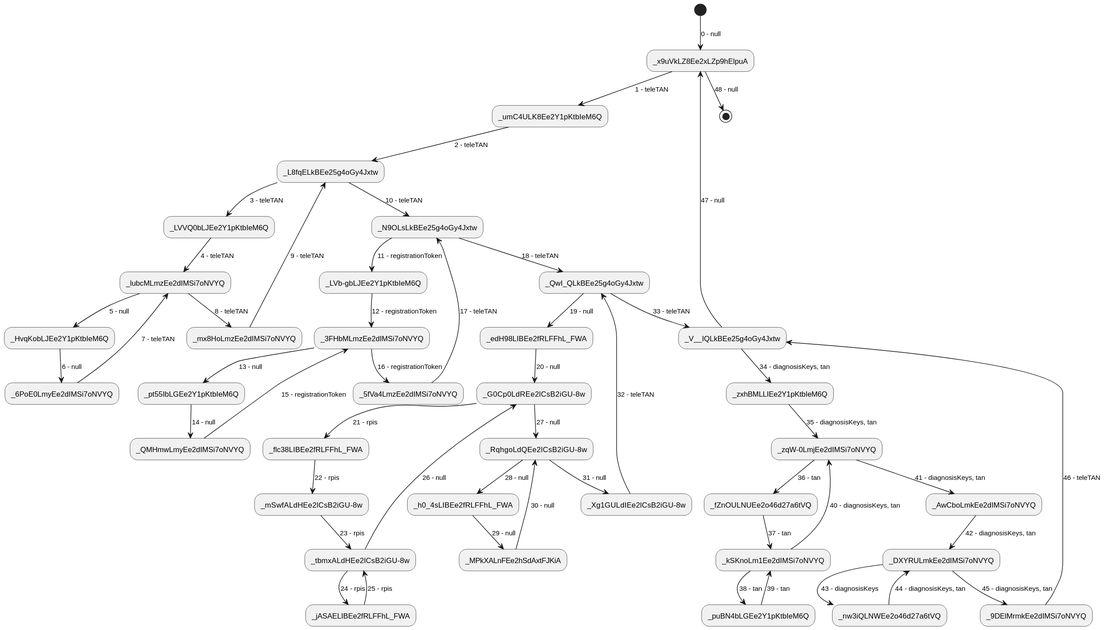
Before: output/action-sequence_8.svg, a diagram exported from PlantUML (abunai-dev/DiagramGenerator). The source it was exported from:
```plantuml
@startuml
(*) --> [0 - null] "_x9uVkLZ8Ee2xLZp9hElpuA"
"_x9uVkLZ8Ee2xLZp9hElpuA" --> [1 - teleTAN] "_umC4ULK8Ee2Y1pKtbIeM6Q"
"_umC4ULK8Ee2Y1pKtbIeM6Q" --> [2 - teleTAN] "_L8fqELkBEe25g4oGy4Jxtw"
"_L8fqELkBEe25g4oGy4Jxtw" --> [3 - teleTAN] "_LVVQ0bLJEe2Y1pKtbIeM6Q"
"_LVVQ0bLJEe2Y1pKtbIeM6Q" --> [4 - teleTAN] "_lubcMLmzEe2dIMSi7oNVYQ"
"_lubcMLmzEe2dIMSi7oNVYQ" --> [5 - null] "_HvqKobLJEe2Y1pKtbIeM6Q"
"_HvqKobLJEe2Y1pKtbIeM6Q" --> [6 - null] "_6PoE0LmyEe2dIMSi7oNVYQ"
"_6PoE0LmyEe2dIMSi7oNVYQ" --> [7 - teleTAN] "_lubcMLmzEe2dIMSi7oNVYQ"
"_lubcMLmzEe2dIMSi7oNVYQ" --> [8 - teleTAN] "_mx8HoLmzEe2dIMSi7oNVYQ"
"_mx8HoLmzEe2dIMSi7oNVYQ" --> [9 - teleTAN] "_L8fqELkBEe25g4oGy4Jxtw"
"_L8fqELkBEe25g4oGy4Jxtw" --> [10 - teleTAN] "_N9OLsLkBEe25g4oGy4Jxtw"
"_N9OLsLkBEe25g4oGy4Jxtw" --> [11 - registrationToken] "_LVb-gbLJEe2Y1pKtbIeM6Q"
"_LVb-gbLJEe2Y1pKtbIeM6Q" --> [12 - registrationToken] "_3FHbMLmzEe2dIMSi7oNVYQ"
"_3FHbMLmzEe2dIMSi7oNVYQ" --> [13 - null] "_pt55IbLGEe2Y1pKtbIeM6Q"
"_pt55IbLGEe2Y1pKtbIeM6Q" --> [14 - null] "_QMHmwLmyEe2dIMSi7oNVYQ"
"_QMHmwLmyEe2dIMSi7oNVYQ" --> [15 - registrationToken] "_3FHbMLmzEe2dIMSi7oNVYQ"
"_3FHbMLmzEe2dIMSi7oNVYQ" --> [16 - registrationToken] "_5fVa4LmzEe2dIMSi7oNVYQ"
"_5fVa4LmzEe2dIMSi7oNVYQ" --> [17 - teleTAN] "_N9OLsLkBEe25g4oGy4Jxtw"
"_N9OLsLkBEe25g4oGy4Jxtw" --> [18 - teleTAN] "_QwI_QLkBEe25g4oGy4Jxtw"
"_QwI_QLkBEe25g4oGy4Jxtw" --> [19 - null] "_edH98LIBEe2fRLFFhL_FWA"
"_edH98LIBEe2fRLFFhL_FWA" --> [20 - null] "_G0Cp0LdREe2lCsB2iGU-8w"
"_G0Cp0LdREe2lCsB2iGU-8w" --> [21 - rpis] "_flc38LIBEe2fRLFFhL_FWA"
"_flc38LIBEe2fRLFFhL_FWA" --> [22 - rpis] "_mSwfALdHEe2lCsB2iGU-8w"
"_mSwfALdHEe2lCsB2iGU-8w" --> [23 - rpis] "_tbmxALdHEe2lCsB2iGU-8w"
"_tbmxALdHEe2lCsB2iGU-8w" --> [24 - rpis] "_jASAELIBEe2fRLFFhL_FWA"
"_jASAELIBEe2fRLFFhL_FWA" --> [25 - rpis] "_tbmxALdHEe2lCsB2iGU-8w"
"_tbmxALdHEe2lCsB2iGU-8w" --> [26 - null] "_G0Cp0LdREe2lCsB2iGU-8w"
"_G0Cp0LdREe2lCsB2iGU-8w" --> [27 - null] "_RqhgoLdQEe2lCsB2iGU-8w"
"_RqhgoLdQEe2lCsB2iGU-8w" --> [28 - null] "_h0_4sLIBEe2fRLFFhL_FWA"
"_h0_4sLIBEe2fRLFFhL_FWA" --> [29 - null] "_MPkXALnFEe2hSdAxtFJKiA"
"_MPkXALnFEe2hSdAxtFJKiA" --> [30 - null] "_RqhgoLdQEe2lCsB2iGU-8w"
"_RqhgoLdQEe2lCsB2iGU-8w" --> [31 - null] "_Xg1GULdIEe2lCsB2iGU-8w"
"_Xg1GULdIEe2lCsB2iGU-8w" --> [32 - teleTAN] "_QwI_QLkBEe25g4oGy4Jxtw"
"_QwI_QLkBEe25g4oGy4Jxtw" --> [33 - teleTAN] "_V__IQLkBEe25g4oGy4Jxtw"
"_V__IQLkBEe25g4oGy4Jxtw" --> [34 - diagnosisKeys, tan] "_zxhBMLLIEe2Y1pKtbIeM6Q"
"_zxhBMLLIEe2Y1pKtbIeM6Q" --> [35 - diagnosisKeys, tan] "_zqW-0LmjEe2dIMSi7oNVYQ"
"_zqW-0LmjEe2dIMSi7oNVYQ" --> [36 - tan] "_fZnOULNUEe2o46d27a6tVQ"
"_fZnOULNUEe2o46d27a6tVQ" --> [37 - tan] "_kSKnoLm1Ee2dIMSi7oNVYQ"
"_kSKnoLm1Ee2dIMSi7oNVYQ" --> [38 - tan] "_puBN4bLGEe2Y1pKtbIeM6Q"
"_puBN4bLGEe2Y1pKtbIeM6Q" --> [39 - tan] "_kSKnoLm1Ee2dIMSi7oNVYQ"
"_kSKnoLm1Ee2dIMSi7oNVYQ" --> [40 - diagnosisKeys, tan] "_zqW-0LmjEe2dIMSi7oNVYQ"
"_zqW-0LmjEe2dIMSi7oNVYQ" --> [41 - diagnosisKeys, tan] "_AwCboLmkEe2dIMSi7oNVYQ"
"_AwCboLmkEe2dIMSi7oNVYQ" --> [42 - diagnosisKeys, tan] "_DXYRULmkEe2dIMSi7oNVYQ"
"_DXYRULmkEe2dIMSi7oNVYQ" --> [43 - diagnosisKeys] "_nw3iQLNWEe2o46d27a6tVQ"
"_nw3iQLNWEe2o46d27a6tVQ" --> [44 - diagnosisKeys, tan] "_DXYRULmkEe2dIMSi7oNVYQ"
"_DXYRULmkEe2dIMSi7oNVYQ" --> [45 - diagnosisKeys, tan] "_9DElMrmkEe2dIMSi7oNVYQ"
"_9DElMrmkEe2dIMSi7oNVYQ" --> [46 - teleTAN] "_V__IQLkBEe25g4oGy4Jxtw"
"_V__IQLkBEe25g4oGy4Jxtw" --> [47 - null] "_x9uVkLZ8Ee2xLZp9hElpuA"
"_x9uVkLZ8Ee2xLZp9hElpuA" --> [48 - null] (*)
@enduml
```
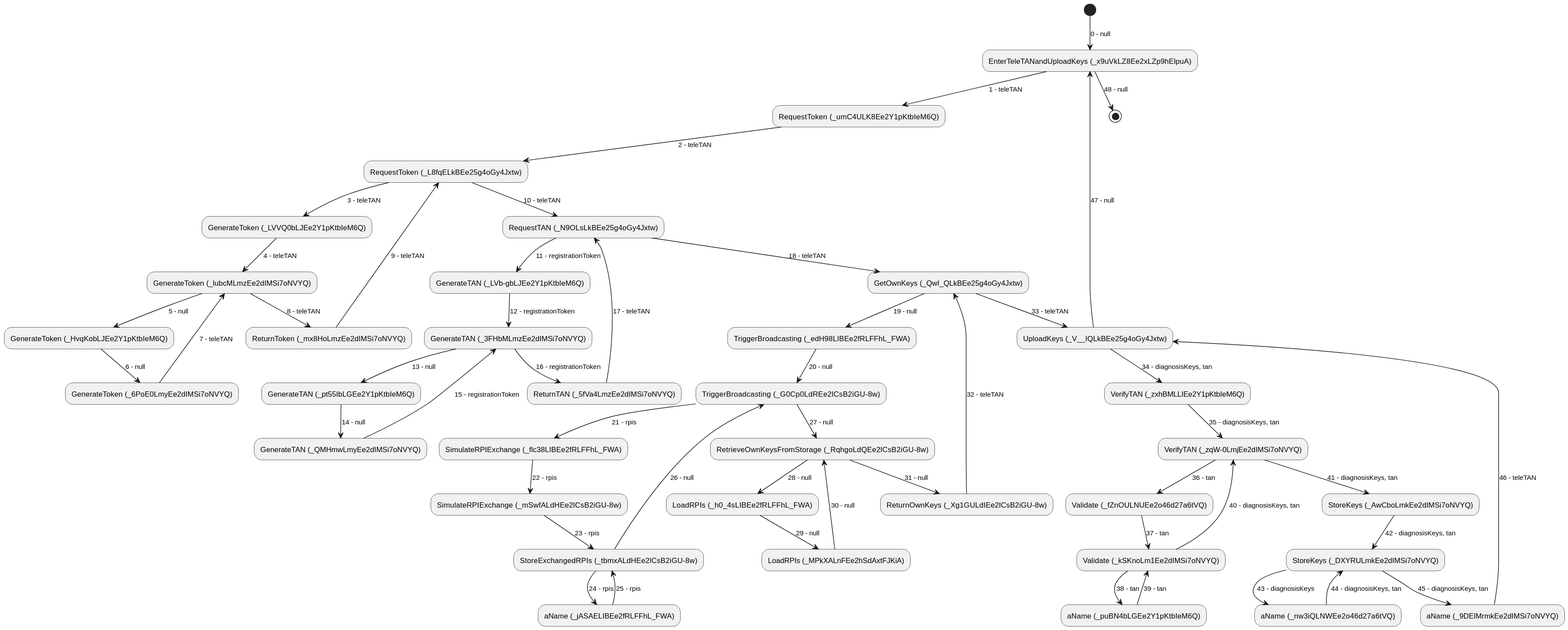
The same diagram one commit later.

Change to the diagram source:
```diff
@@ -1,51 +1,51 @@
 @startuml
-(*) --> [0 - null] "_x9uVkLZ8Ee2xLZp9hElpuA"
-"_x9uVkLZ8Ee2xLZp9hElpuA" --> [1 - teleTAN] "_umC4ULK8Ee2Y1pKtbIeM6Q"
-"_umC4ULK8Ee2Y1pKtbIeM6Q" --> [2 - teleTAN] "_L8fqELkBEe25g4oGy4Jxtw"
-"_L8fqELkBEe25g4oGy4Jxtw" --> [3 - teleTAN] "_LVVQ0bLJEe2Y1pKtbIeM6Q"
-"_LVVQ0bLJEe2Y1pKtbIeM6Q" --> [4 - teleTAN] "_lubcMLmzEe2dIMSi7oNVYQ"
-"_lubcMLmzEe2dIMSi7oNVYQ" --> [5 - null] "_HvqKobLJEe2Y1pKtbIeM6Q"
-"_HvqKobLJEe2Y1pKtbIeM6Q" --> [6 - null] "_6PoE0LmyEe2dIMSi7oNVYQ"
-"_6PoE0LmyEe2dIMSi7oNVYQ" --> [7 - teleTAN] "_lubcMLmzEe2dIMSi7oNVYQ"
-"_lubcMLmzEe2dIMSi7oNVYQ" --> [8 - teleTAN] "_mx8HoLmzEe2dIMSi7oNVYQ"
-"_mx8HoLmzEe2dIMSi7oNVYQ" --> [9 - teleTAN] "_L8fqELkBEe25g4oGy4Jxtw"
-"_L8fqELkBEe25g4oGy4Jxtw" --> [10 - teleTAN] "_N9OLsLkBEe25g4oGy4Jxtw"
-"_N9OLsLkBEe25g4oGy4Jxtw" --> [11 - registrationToken] "_LVb-gbLJEe2Y1pKtbIeM6Q"
-"_LVb-gbLJEe2Y1pKtbIeM6Q" --> [12 - registrationToken] "_3FHbMLmzEe2dIMSi7oNVYQ"
-"_3FHbMLmzEe2dIMSi7oNVYQ" --> [13 - null] "_pt55IbLGEe2Y1pKtbIeM6Q"
-"_pt55IbLGEe2Y1pKtbIeM6Q" --> [14 - null] "_QMHmwLmyEe2dIMSi7oNVYQ"
-"_QMHmwLmyEe2dIMSi7oNVYQ" --> [15 - registrationToken] "_3FHbMLmzEe2dIMSi7oNVYQ"
-"_3FHbMLmzEe2dIMSi7oNVYQ" --> [16 - registrationToken] "_5fVa4LmzEe2dIMSi7oNVYQ"
-"_5fVa4LmzEe2dIMSi7oNVYQ" --> [17 - teleTAN] "_N9OLsLkBEe25g4oGy4Jxtw"
-"_N9OLsLkBEe25g4oGy4Jxtw" --> [18 - teleTAN] "_QwI_QLkBEe25g4oGy4Jxtw"
-"_QwI_QLkBEe25g4oGy4Jxtw" --> [19 - null] "_edH98LIBEe2fRLFFhL_FWA"
-"_edH98LIBEe2fRLFFhL_FWA" --> [20 - null] "_G0Cp0LdREe2lCsB2iGU-8w"
-"_G0Cp0LdREe2lCsB2iGU-8w" --> [21 - rpis] "_flc38LIBEe2fRLFFhL_FWA"
-"_flc38LIBEe2fRLFFhL_FWA" --> [22 - rpis] "_mSwfALdHEe2lCsB2iGU-8w"
-"_mSwfALdHEe2lCsB2iGU-8w" --> [23 - rpis] "_tbmxALdHEe2lCsB2iGU-8w"
-"_tbmxALdHEe2lCsB2iGU-8w" --> [24 - rpis] "_jASAELIBEe2fRLFFhL_FWA"
-"_jASAELIBEe2fRLFFhL_FWA" --> [25 - rpis] "_tbmxALdHEe2lCsB2iGU-8w"
-"_tbmxALdHEe2lCsB2iGU-8w" --> [26 - null] "_G0Cp0LdREe2lCsB2iGU-8w"
-"_G0Cp0LdREe2lCsB2iGU-8w" --> [27 - null] "_RqhgoLdQEe2lCsB2iGU-8w"
-"_RqhgoLdQEe2lCsB2iGU-8w" --> [28 - null] "_h0_4sLIBEe2fRLFFhL_FWA"
-"_h0_4sLIBEe2fRLFFhL_FWA" --> [29 - null] "_MPkXALnFEe2hSdAxtFJKiA"
-"_MPkXALnFEe2hSdAxtFJKiA" --> [30 - null] "_RqhgoLdQEe2lCsB2iGU-8w"
-"_RqhgoLdQEe2lCsB2iGU-8w" --> [31 - null] "_Xg1GULdIEe2lCsB2iGU-8w"
-"_Xg1GULdIEe2lCsB2iGU-8w" --> [32 - teleTAN] "_QwI_QLkBEe25g4oGy4Jxtw"
-"_QwI_QLkBEe25g4oGy4Jxtw" --> [33 - teleTAN] "_V__IQLkBEe25g4oGy4Jxtw"
-"_V__IQLkBEe25g4oGy4Jxtw" --> [34 - diagnosisKeys, tan] "_zxhBMLLIEe2Y1pKtbIeM6Q"
-"_zxhBMLLIEe2Y1pKtbIeM6Q" --> [35 - diagnosisKeys, tan] "_zqW-0LmjEe2dIMSi7oNVYQ"
-"_zqW-0LmjEe2dIMSi7oNVYQ" --> [36 - tan] "_fZnOULNUEe2o46d27a6tVQ"
-"_fZnOULNUEe2o46d27a6tVQ" --> [37 - tan] "_kSKnoLm1Ee2dIMSi7oNVYQ"
-"_kSKnoLm1Ee2dIMSi7oNVYQ" --> [38 - tan] "_puBN4bLGEe2Y1pKtbIeM6Q"
-"_puBN4bLGEe2Y1pKtbIeM6Q" --> [39 - tan] "_kSKnoLm1Ee2dIMSi7oNVYQ"
-"_kSKnoLm1Ee2dIMSi7oNVYQ" --> [40 - diagnosisKeys, tan] "_zqW-0LmjEe2dIMSi7oNVYQ"
-"_zqW-0LmjEe2dIMSi7oNVYQ" --> [41 - diagnosisKeys, tan] "_AwCboLmkEe2dIMSi7oNVYQ"
-"_AwCboLmkEe2dIMSi7oNVYQ" --> [42 - diagnosisKeys, tan] "_DXYRULmkEe2dIMSi7oNVYQ"
-"_DXYRULmkEe2dIMSi7oNVYQ" --> [43 - diagnosisKeys] "_nw3iQLNWEe2o46d27a6tVQ"
-"_nw3iQLNWEe2o46d27a6tVQ" --> [44 - diagnosisKeys, tan] "_DXYRULmkEe2dIMSi7oNVYQ"
-"_DXYRULmkEe2dIMSi7oNVYQ" --> [45 - diagnosisKeys, tan] "_9DElMrmkEe2dIMSi7oNVYQ"
-"_9DElMrmkEe2dIMSi7oNVYQ" --> [46 - teleTAN] "_V__IQLkBEe25g4oGy4Jxtw"
-"_V__IQLkBEe25g4oGy4Jxtw" --> [47 - null] "_x9uVkLZ8Ee2xLZp9hElpuA"
-"_x9uVkLZ8Ee2xLZp9hElpuA" --> [48 - null] (*)
+(*) --> [0 - null] "EnterTeleTANandUploadKeys (_x9uVkLZ8Ee2xLZp9hElpuA)"
+"EnterTeleTANandUploadKeys (_x9uVkLZ8Ee2xLZp9hElpuA)" --> [1 - teleTAN] "RequestToken (_umC4ULK8Ee2Y1pKtbIeM6Q)"
+"RequestToken (_umC4ULK8Ee2Y1pKtbIeM6Q)" --> [2 - teleTAN] "RequestToken (_L8fqELkBEe25g4oGy4Jxtw)"
+"RequestToken (_L8fqELkBEe25g4oGy4Jxtw)" --> [3 - teleTAN] "GenerateToken (_LVVQ0bLJEe2Y1pKtbIeM6Q)"
+"GenerateToken (_LVVQ0bLJEe2Y1pKtbIeM6Q)" --> [4 - teleTAN] "GenerateToken (_lubcMLmzEe2dIMSi7oNVYQ)"
+"GenerateToken (_lubcMLmzEe2dIMSi7oNVYQ)" --> [5 - null] "GenerateToken (_HvqKobLJEe2Y1pKtbIeM6Q)"
+"GenerateToken (_HvqKobLJEe2Y1pKtbIeM6Q)" --> [6 - null] "GenerateToken (_6PoE0LmyEe2dIMSi7oNVYQ)"
+"GenerateToken (_6PoE0LmyEe2dIMSi7oNVYQ)" --> [7 - teleTAN] "GenerateToken (_lubcMLmzEe2dIMSi7oNVYQ)"
+"GenerateToken (_lubcMLmzEe2dIMSi7oNVYQ)" --> [8 - teleTAN] "ReturnToken (_mx8HoLmzEe2dIMSi7oNVYQ)"
+"ReturnToken (_mx8HoLmzEe2dIMSi7oNVYQ)" --> [9 - teleTAN] "RequestToken (_L8fqELkBEe25g4oGy4Jxtw)"
+"RequestToken (_L8fqELkBEe25g4oGy4Jxtw)" --> [10 - teleTAN] "RequestTAN (_N9OLsLkBEe25g4oGy4Jxtw)"
+"RequestTAN (_N9OLsLkBEe25g4oGy4Jxtw)" --> [11 - registrationToken] "GenerateTAN (_LVb-gbLJEe2Y1pKtbIeM6Q)"
+"GenerateTAN (_LVb-gbLJEe2Y1pKtbIeM6Q)" --> [12 - registrationToken] "GenerateTAN (_3FHbMLmzEe2dIMSi7oNVYQ)"
+"GenerateTAN (_3FHbMLmzEe2dIMSi7oNVYQ)" --> [13 - null] "GenerateTAN (_pt55IbLGEe2Y1pKtbIeM6Q)"
+"GenerateTAN (_pt55IbLGEe2Y1pKtbIeM6Q)" --> [14 - null] "GenerateTAN (_QMHmwLmyEe2dIMSi7oNVYQ)"
+"GenerateTAN (_QMHmwLmyEe2dIMSi7oNVYQ)" --> [15 - registrationToken] "GenerateTAN (_3FHbMLmzEe2dIMSi7oNVYQ)"
+"GenerateTAN (_3FHbMLmzEe2dIMSi7oNVYQ)" --> [16 - registrationToken] "ReturnTAN (_5fVa4LmzEe2dIMSi7oNVYQ)"
+"ReturnTAN (_5fVa4LmzEe2dIMSi7oNVYQ)" --> [17 - teleTAN] "RequestTAN (_N9OLsLkBEe25g4oGy4Jxtw)"
+"RequestTAN (_N9OLsLkBEe25g4oGy4Jxtw)" --> [18 - teleTAN] "GetOwnKeys (_QwI_QLkBEe25g4oGy4Jxtw)"
+"GetOwnKeys (_QwI_QLkBEe25g4oGy4Jxtw)" --> [19 - null] "TriggerBroadcasting (_edH98LIBEe2fRLFFhL_FWA)"
+"TriggerBroadcasting (_edH98LIBEe2fRLFFhL_FWA)" --> [20 - null] "TriggerBroadcasting (_G0Cp0LdREe2lCsB2iGU-8w)"
+"TriggerBroadcasting (_G0Cp0LdREe2lCsB2iGU-8w)" --> [21 - rpis] "SimulateRPIExchange (_flc38LIBEe2fRLFFhL_FWA)"
+"SimulateRPIExchange (_flc38LIBEe2fRLFFhL_FWA)" --> [22 - rpis] "SimulateRPIExchange (_mSwfALdHEe2lCsB2iGU-8w)"
+"SimulateRPIExchange (_mSwfALdHEe2lCsB2iGU-8w)" --> [23 - rpis] "StoreExchangedRPIs (_tbmxALdHEe2lCsB2iGU-8w)"
+"StoreExchangedRPIs (_tbmxALdHEe2lCsB2iGU-8w)" --> [24 - rpis] "aName (_jASAELIBEe2fRLFFhL_FWA)"
+"aName (_jASAELIBEe2fRLFFhL_FWA)" --> [25 - rpis] "StoreExchangedRPIs (_tbmxALdHEe2lCsB2iGU-8w)"
+"StoreExchangedRPIs (_tbmxALdHEe2lCsB2iGU-8w)" --> [26 - null] "TriggerBroadcasting (_G0Cp0LdREe2lCsB2iGU-8w)"
+"TriggerBroadcasting (_G0Cp0LdREe2lCsB2iGU-8w)" --> [27 - null] "RetrieveOwnKeysFromStorage (_RqhgoLdQEe2lCsB2iGU-8w)"
+"RetrieveOwnKeysFromStorage (_RqhgoLdQEe2lCsB2iGU-8w)" --> [28 - null] "LoadRPIs (_h0_4sLIBEe2fRLFFhL_FWA)"
+"LoadRPIs (_h0_4sLIBEe2fRLFFhL_FWA)" --> [29 - null] "LoadRPIs (_MPkXALnFEe2hSdAxtFJKiA)"
+"LoadRPIs (_MPkXALnFEe2hSdAxtFJKiA)" --> [30 - null] "RetrieveOwnKeysFromStorage (_RqhgoLdQEe2lCsB2iGU-8w)"
+"RetrieveOwnKeysFromStorage (_RqhgoLdQEe2lCsB2iGU-8w)" --> [31 - null] "ReturnOwnKeys (_Xg1GULdIEe2lCsB2iGU-8w)"
+"ReturnOwnKeys (_Xg1GULdIEe2lCsB2iGU-8w)" --> [32 - teleTAN] "GetOwnKeys (_QwI_QLkBEe25g4oGy4Jxtw)"
+"GetOwnKeys (_QwI_QLkBEe25g4oGy4Jxtw)" --> [33 - teleTAN] "UploadKeys (_V__IQLkBEe25g4oGy4Jxtw)"
+"UploadKeys (_V__IQLkBEe25g4oGy4Jxtw)" --> [34 - diagnosisKeys, tan] "VerifyTAN (_zxhBMLLIEe2Y1pKtbIeM6Q)"
+"VerifyTAN (_zxhBMLLIEe2Y1pKtbIeM6Q)" --> [35 - diagnosisKeys, tan] "VerifyTAN (_zqW-0LmjEe2dIMSi7oNVYQ)"
+"VerifyTAN (_zqW-0LmjEe2dIMSi7oNVYQ)" --> [36 - tan] "Validate (_fZnOULNUEe2o46d27a6tVQ)"
+"Validate (_fZnOULNUEe2o46d27a6tVQ)" --> [37 - tan] "Validate (_kSKnoLm1Ee2dIMSi7oNVYQ)"
+"Validate (_kSKnoLm1Ee2dIMSi7oNVYQ)" --> [38 - tan] "aName (_puBN4bLGEe2Y1pKtbIeM6Q)"
+"aName (_puBN4bLGEe2Y1pKtbIeM6Q)" --> [39 - tan] "Validate (_kSKnoLm1Ee2dIMSi7oNVYQ)"
+"Validate (_kSKnoLm1Ee2dIMSi7oNVYQ)" --> [40 - diagnosisKeys, tan] "VerifyTAN (_zqW-0LmjEe2dIMSi7oNVYQ)"
+"VerifyTAN (_zqW-0LmjEe2dIMSi7oNVYQ)" --> [41 - diagnosisKeys, tan] "StoreKeys (_AwCboLmkEe2dIMSi7oNVYQ)"
+"StoreKeys (_AwCboLmkEe2dIMSi7oNVYQ)" --> [42 - diagnosisKeys, tan] "StoreKeys (_DXYRULmkEe2dIMSi7oNVYQ)"
+"StoreKeys (_DXYRULmkEe2dIMSi7oNVYQ)" --> [43 - diagnosisKeys] "aName (_nw3iQLNWEe2o46d27a6tVQ)"
+"aName (_nw3iQLNWEe2o46d27a6tVQ)" --> [44 - diagnosisKeys, tan] "StoreKeys (_DXYRULmkEe2dIMSi7oNVYQ)"
+"StoreKeys (_DXYRULmkEe2dIMSi7oNVYQ)" --> [45 - diagnosisKeys, tan] "aName (_9DElMrmkEe2dIMSi7oNVYQ)"
+"aName (_9DElMrmkEe2dIMSi7oNVYQ)" --> [46 - teleTAN] "UploadKeys (_V__IQLkBEe25g4oGy4Jxtw)"
+"UploadKeys (_V__IQLkBEe25g4oGy4Jxtw)" --> [47 - null] "EnterTeleTANandUploadKeys (_x9uVkLZ8Ee2xLZp9hElpuA)"
+"EnterTeleTANandUploadKeys (_x9uVkLZ8Ee2xLZp9hElpuA)" --> [48 - null] (*)
 @enduml
```
